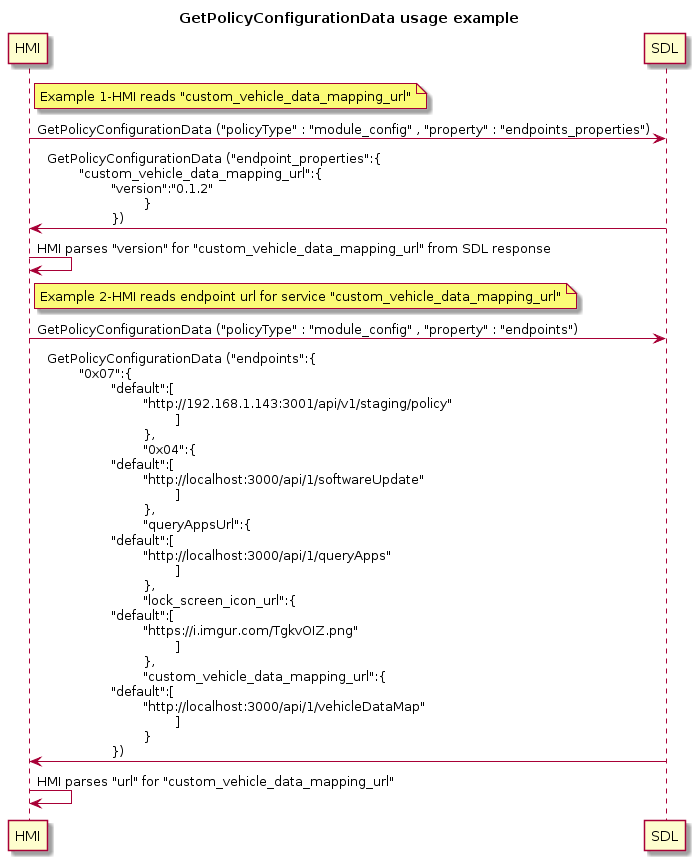
smartdevicelink/sdl_hmi_integration_guidelines keeps this PlantUML diagram as docs/SDL/GetPolicyConfigurationData/assets/GetPolicyConfigurationData.png. Above is the earlier version. The source it was exported from:
```plantuml
@startuml
Title : GetPolicyConfigurationData usage example
note right of HMI : Example 1-HMI reads "custom_vehicle_data_mapping_url"
HMI -> SDL : GetPolicyConfigurationData ("policyType" : "module_config" , "property" : "endpoints_properties")
SDL -> HMI : GetPolicyConfigurationData ("endpoint_properties":{ \n\t"custom_vehicle_data_mapping_url":{ \n\t\t"version":"0.1.2"\n\t\t\t}\n\t\t})
HMI -> HMI : HMI parses "version" for "custom_vehicle_data_mapping_url" from SDL response
note right of HMI : Example 2-HMI reads endpoint url for service "custom_vehicle_data_mapping_url"
HMI -> SDL : GetPolicyConfigurationData ("policyType" : "module_config" , "property" : "endpoints")
SDL -> HMI : GetPolicyConfigurationData ("endpoints":{\n\t"0x07":{\n\t\t"default":[\n\t\t\t"http://192.168.1.143:3001/api/v1/staging/policy"\n\t\t\t\t]\n\t\t\t},\n\t\t\t"0x04":{\n\t\t"default":[\n\t\t\t"http://localhost:3000/api/1/softwareUpdate"\n\t\t\t\t]\n\t\t\t},\n\t\t\t"queryAppsUrl":{\n\t\t"default":[\n\t\t\t"http://localhost:3000/api/1/queryApps"\n\t\t\t\t]\n\t\t\t},\n\t\t\t"lock_screen_icon_url":{\n\t\t"default":[\n\t\t\t"https://i.imgur.com/TgkvOIZ.png"\n\t\t\t\t]\n\t\t\t},\n\t\t\t"custom_vehicle_data_mapping_url":{\n\t\t"default":[\n\t\t\t"http://localhost:3000/api/1/vehicleDataMap"\n\t\t\t\t]\n\t\t\t}\n\t\t})
HMI -> HMI : HMI parses "url" for "custom_vehicle_data_mapping_url"
@enduml
```
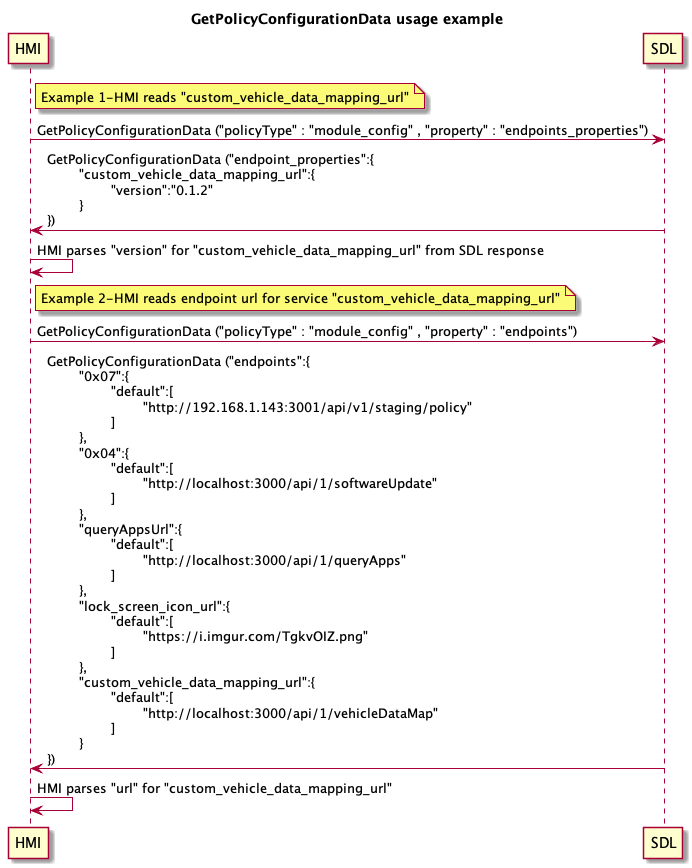
Later version of the same file.

Commit message:
Fix formatting of diagram

Diff of the diagram source:
```diff
@@ -2,10 +2,11 @@
 Title : GetPolicyConfigurationData usage example
 note right of HMI : Example 1-HMI reads "custom_vehicle_data_mapping_url"
 HMI -> SDL : GetPolicyConfigurationData ("policyType" : "module_config" , "property" : "endpoints_properties")
-SDL -> HMI : GetPolicyConfigurationData ("endpoint_properties":{ \n\t"custom_vehicle_data_mapping_url":{ \n\t\t"version":"0.1.2"\n\t\t\t}\n\t\t})
+SDL -> HMI : GetPolicyConfigurationData ("endpoint_properties":{ \n\t"custom_vehicle_data_mapping_url":{ \n\t\t"version":"0.1.2"\n\t}\n})
 HMI -> HMI : HMI parses "version" for "custom_vehicle_data_mapping_url" from SDL response
 note right of HMI : Example 2-HMI reads endpoint url for service "custom_vehicle_data_mapping_url"
 HMI -> SDL : GetPolicyConfigurationData ("policyType" : "module_config" , "property" : "endpoints")
-SDL -> HMI : GetPolicyConfigurationData ("endpoints":{\n\t"0x07":{\n\t\t"default":[\n\t\t\t"http://192.168.1.143:3001/api/v1/staging/policy"\n\t\t\t\t]\n\t\t\t},\n\t\t\t"0x04":{\n\t\t"default":[\n\t\t\t"http://localhost:3000/api/1/softwareUpdate"\n\t\t\t\t]\n\t\t\t},\n\t\t\t"queryAppsUrl":{\n\t\t"default":[\n\t\t\t"http://localhost:3000/api/1/queryApps"\n\t\t\t\t]\n\t\t\t},\n\t\t\t"lock_screen_icon_url":{\n\t\t"default":[\n\t\t\t"https://i.imgur.com/TgkvOIZ.png"\n\t\t\t\t]\n\t\t\t},\n\t\t\t"custom_vehicle_data_mapping_url":{\n\t\t"default":[\n\t\t\t"http://localhost:3000/api/1/vehicleDataMap"\n\t\t\t\t]\n\t\t\t}\n\t\t})
+SDL -> HMI : GetPolicyConfigurationData ("endpoints":{\n\t"0x07":{\n\t\t"default":[\n\t\t\t"http://192.168.1.143:3001/api/v1/staging/policy"\n\t\t]\n\t},\n\t"0x04":{\n\t\t"default":[\n\t\t\t"http://localhost:3000/api/1/softwareUpdate"\n\t\t]\n\t},\n\t"queryAppsUrl":{\n\t\t"default":[\n\t\t\t"http://localhost:3000/api/1/queryApps"\n\t\t]\n\t},\n\t"lock_screen_icon_url":{\n\t\t"default":[\n\t\t\t"https://i.imgur.com/TgkvOIZ.png"\n\t\t]\n\t},\n\t"custom_vehicle_data_mapping_url":{\n\t\t"default":[\n\t\t\t"http://localhost:3000/api/1/vehicleDataMap"\n\t\t]\n\t}\n})
 HMI -> HMI : HMI parses "url" for "custom_vehicle_data_mapping_url"
+
 @enduml
```
